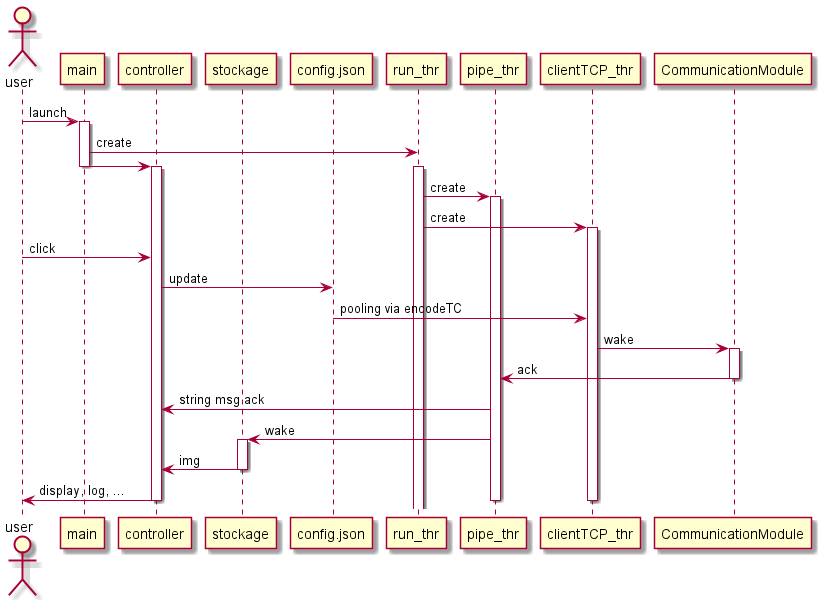
Before: out/plantuml/A-Eye_Controller/A-Eye_Controller sequence diagram.png, a diagram exported from PlantUML (GuilhemROLLAND/A-Eye_Documentation). The source it was exported from:
```plantuml
@startuml A-Eye_Controller sequence diagram
actor user
participant main
participant controller
participant stockage
participant config.json
participant run_thr
participant pipe_thr
participant clientTCP_thr
participant CommunicationModule
user -> main : launch
activate main
main -> run_thr : create
main -> controller :
deactivate main
activate controller
activate run_thr
run_thr -> pipe_thr : create
activate pipe_thr
run_thr -> clientTCP_thr : create
activate clientTCP_thr

user -> controller : click
controller -> config.json : update
config.json -> clientTCP_thr : pooling via encodeTC
clientTCP_thr -> CommunicationModule : wake
activate CommunicationModule
CommunicationModule -> pipe_thr : ack
deactivate CommunicationModule
pipe_thr -> controller : string msg ack
pipe_thr -> stockage : wake
activate stockage
stockage -> controller : img
deactivate stockage
controller -> user : display, log, ...

deactivate controller
deactivate clientTCP_thr
deactivate pipe_thr
@enduml
```
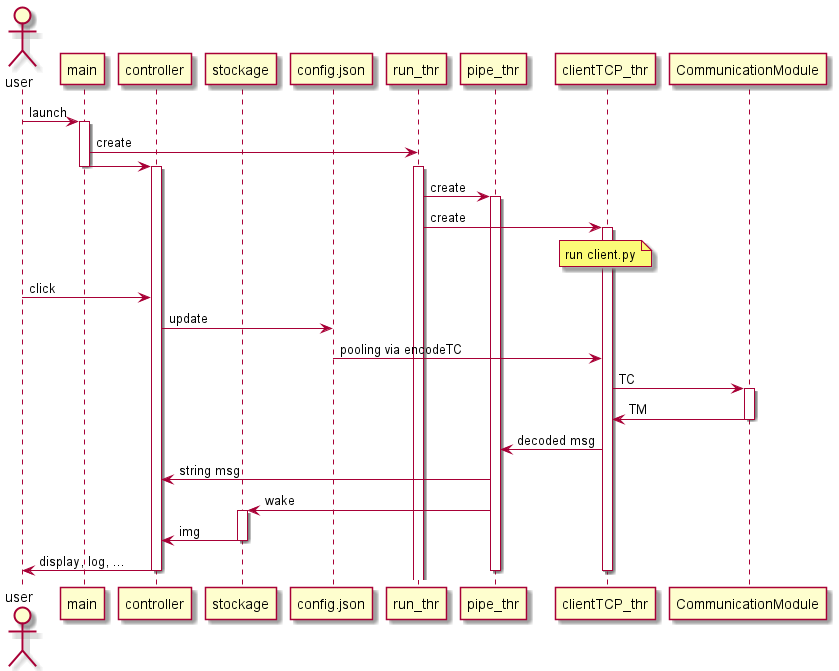
After the change.

The edit, as a diff of the source:
```diff
@@ -19,15 +19,16 @@
 activate pipe_thr
 run_thr -> clientTCP_thr : create
 activate clientTCP_thr
-
+note over clientTCP_thr : run client.py
 user -> controller : click
 controller -> config.json : update
 config.json -> clientTCP_thr : pooling via encodeTC
-clientTCP_thr -> CommunicationModule : wake
+clientTCP_thr -> CommunicationModule : TC
 activate CommunicationModule
-CommunicationModule -> pipe_thr : ack
+CommunicationModule -> clientTCP_thr : TM
 deactivate CommunicationModule
-pipe_thr -> controller : string msg ack
+clientTCP_thr -> pipe_thr : decoded msg
+pipe_thr -> controller : string msg
 pipe_thr -> stockage : wake
 activate stockage
 stockage -> controller : img
```
